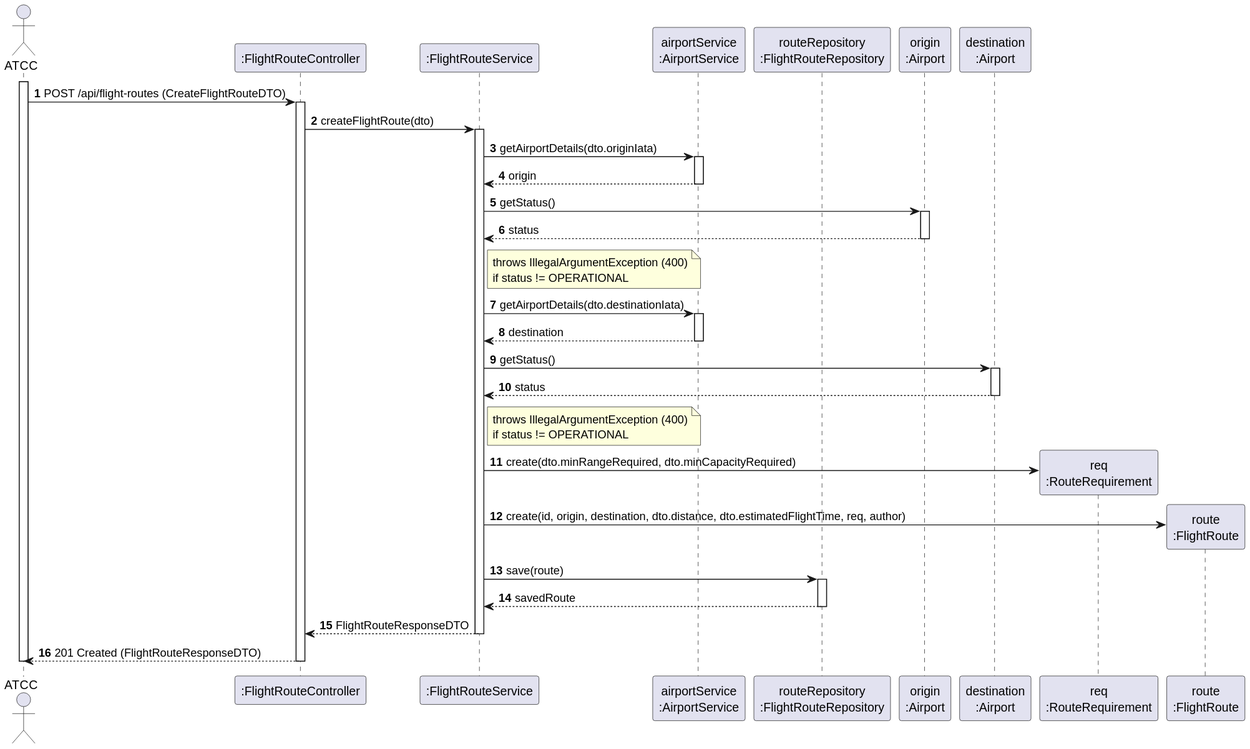
Before: docs/use-cases/WP#3A/US110/svg/US110-SD.svg, a diagram exported from PlantUML (Andre-1240567/psoft2026_2DB_1240567_1241013_1240624). Its diagram source:
```plantuml
@startuml
autonumber
actor "ATCC" as ATCC
participant ":FlightRouteController" as Ctrl
participant ":FlightRouteService" as Service
participant "airportService\n:AirportService" as AirportSvc
participant "routeRepository\n:FlightRouteRepository" as RepoRoute
participant "origin\n:Airport" as Origin
participant "destination\n:Airport" as Dest
participant "req\n:RouteRequirement" as Req
participant "route\n:FlightRoute" as Route

activate ATCC
ATCC -> Ctrl: POST /api/flight-routes (CreateFlightRouteDTO)
activate Ctrl

Ctrl -> Service: createFlightRoute(dto)
activate Service

Service -> AirportSvc: getAirportDetails(dto.originIata)
activate AirportSvc
AirportSvc --> Service: origin
deactivate AirportSvc

Service -> Origin: getStatus()
activate Origin
Origin --> Service: status
deactivate Origin
note right of Service: throws IllegalArgumentException (400)\nif status != OPERATIONAL

Service -> AirportSvc: getAirportDetails(dto.destinationIata)
activate AirportSvc
AirportSvc --> Service: destination
deactivate AirportSvc

Service -> Dest: getStatus()
activate Dest
Dest --> Service: status
deactivate Dest
note right of Service: throws IllegalArgumentException (400)\nif status != OPERATIONAL

Service -> Req**: create(dto.minRangeRequired, dto.minCapacityRequired)
Service -> Route**: create(id, origin, destination, dto.distance, dto.estimatedFlightTime, req, author)

Service -> RepoRoute: save(route)
activate RepoRoute
RepoRoute --> Service: savedRoute
deactivate RepoRoute

Service --> Ctrl: FlightRouteResponseDTO
deactivate Service

Ctrl --> ATCC: 201 Created (FlightRouteResponseDTO)
deactivate Ctrl
deactivate ATCC
@enduml
```
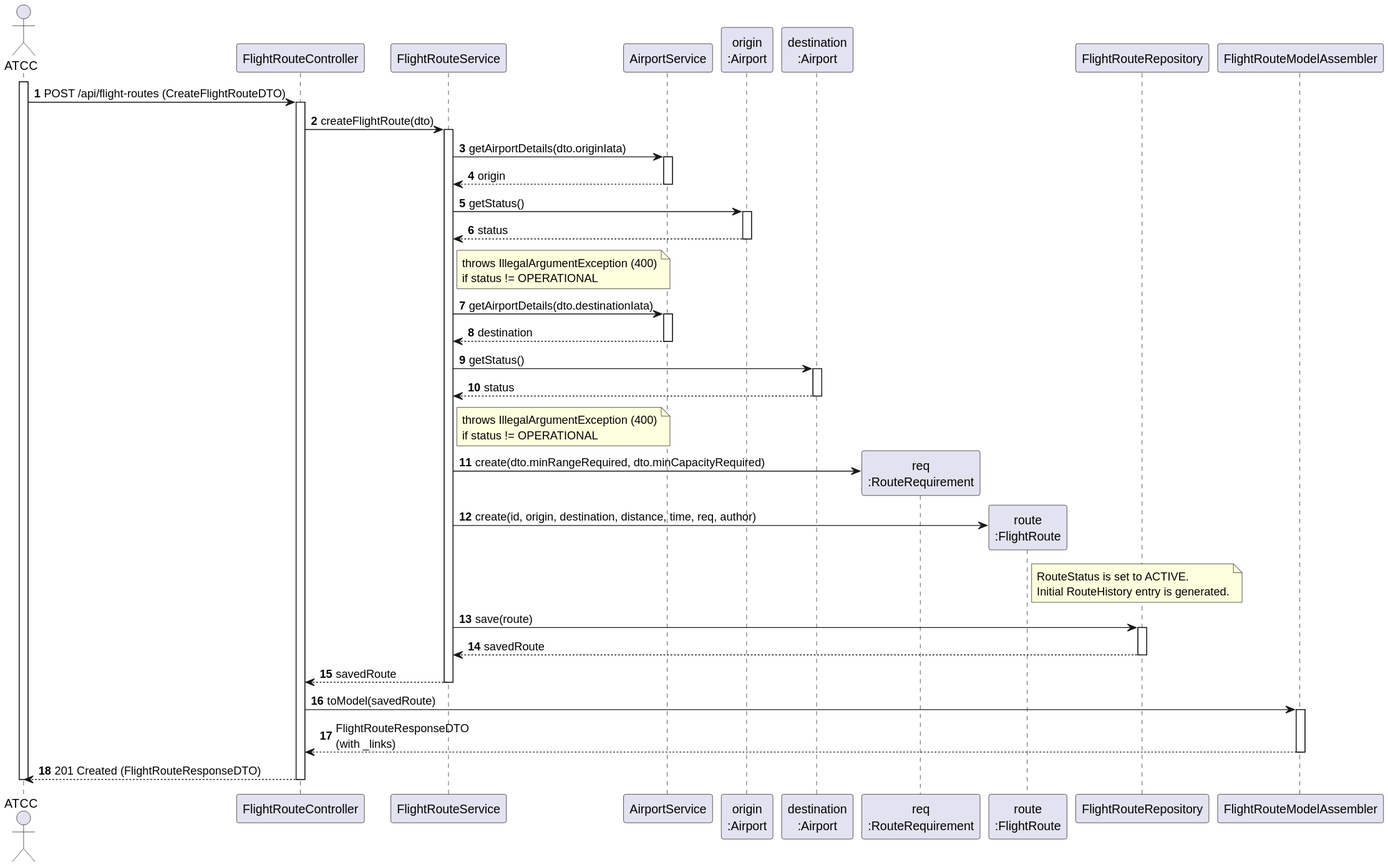
Later version of the same file.

What changed in the source:
```diff
@@ -1,14 +1,15 @@
 @startuml
 autonumber
 actor "ATCC" as ATCC
-participant ":FlightRouteController" as Ctrl
-participant ":FlightRouteService" as Service
-participant "airportService\n:AirportService" as AirportSvc
-participant "routeRepository\n:FlightRouteRepository" as RepoRoute
+participant "FlightRouteController" as Ctrl
+participant "FlightRouteService" as Service
+participant "AirportService" as AirportSvc
 participant "origin\n:Airport" as Origin
 participant "destination\n:Airport" as Dest
 participant "req\n:RouteRequirement" as Req
 participant "route\n:FlightRoute" as Route
+participant "FlightRouteRepository" as RepoRoute
+participant "FlightRouteModelAssembler" as Assembler
 
 activate ATCC
 ATCC -> Ctrl: POST /api/flight-routes (CreateFlightRouteDTO)
@@ -40,15 +41,22 @@
 note right of Service: throws IllegalArgumentException (400)\nif status != OPERATIONAL
 
 Service -> Req**: create(dto.minRangeRequired, dto.minCapacityRequired)
-Service -> Route**: create(id, origin, destination, dto.distance, dto.estimatedFlightTime, req, author)
+
+Service -> Route**: create(id, origin, destination, distance, time, req, author)
+note right of Route: RouteStatus is set to ACTIVE.\nInitial RouteHistory entry is generated.
 
 Service -> RepoRoute: save(route)
 activate RepoRoute
 RepoRoute --> Service: savedRoute
 deactivate RepoRoute
 
-Service --> Ctrl: FlightRouteResponseDTO
+Service --> Ctrl: savedRoute
 deactivate Service
+
+Ctrl -> Assembler: toModel(savedRoute)
+activate Assembler
+Assembler --> Ctrl: FlightRouteResponseDTO\n(with _links)
+deactivate Assembler
 
 Ctrl --> ATCC: 201 Created (FlightRouteResponseDTO)
 deactivate Ctrl
```
